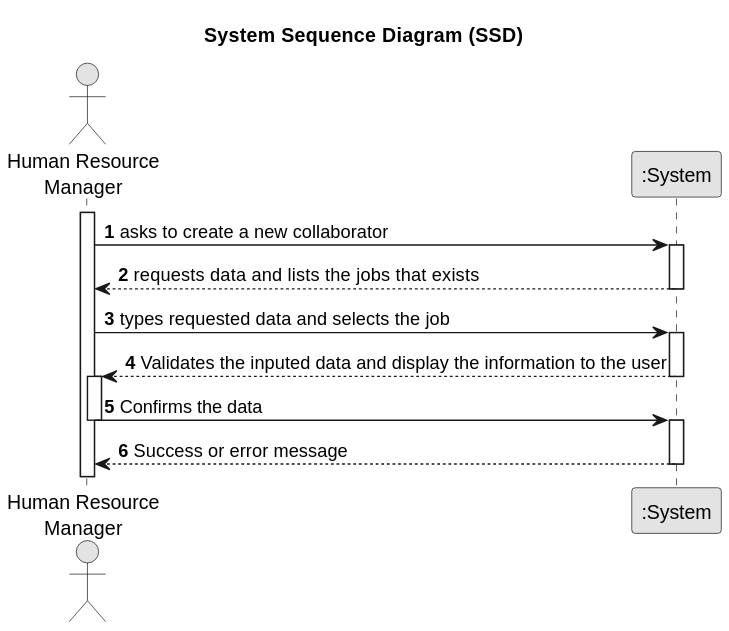
Earlier version of the PlantUML export docs/sprintA/us003/01.requirements-engineering/svg/us003-system-sequence-diagram.svg (Departamento-de-Engenharia-Informatica/greenspace-management).
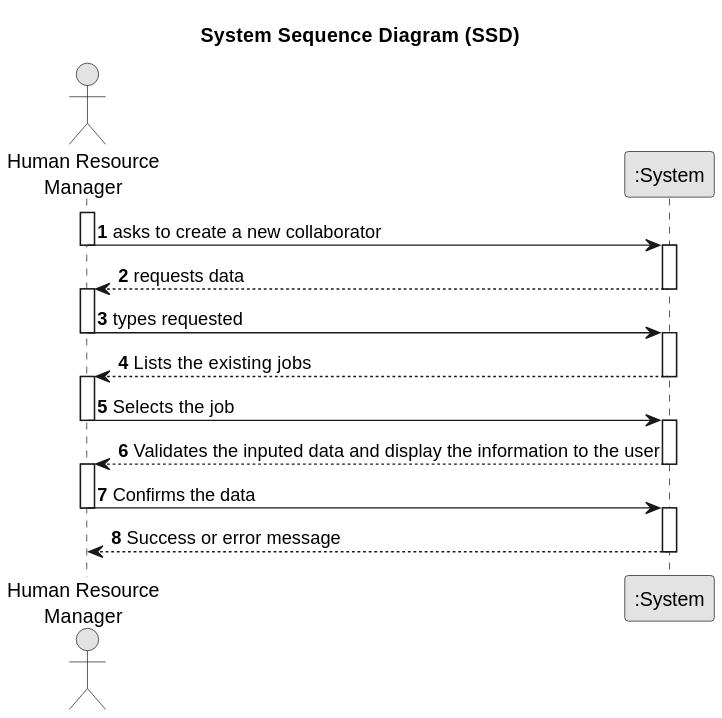
After the change.

Change to the diagram source:
```diff
@@ -13,14 +13,27 @@
 activate HRM
 
     HRM -> System : asks to create a new collaborator
+    deactivate HRM
+
     activate System
-        System --> HRM : requests data and lists the jobs that exists
+        System --> HRM : requests data
 
     deactivate System
 
-    HRM -> System : types requested data and selects the job
+    activate HRM
+    HRM -> System : types requested
+    deactivate HRM
+
     activate System
+    System --> HRM : Lists the existing jobs
+    deactivate System
 
+    activate HRM
+
+    HRM -> System : Selects the job
+    deactivate HRM
+
+    activate System
     System --> HRM : Validates the inputed data and display the information to the user
     deactivate System
     activate HRM
```
